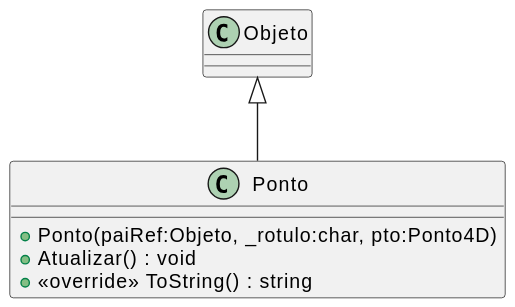
Before: svg/Unidade2/CG_N2_Exemplo/plantuml/Ponto.svg, a diagram exported from PlantUML (majutestoni/disciplina_CG_2025_1). Its diagram source:
```plantuml
@startuml
class Ponto {
    + Ponto(paiRef:Objeto, _rotulo:char, pto:Ponto4D)
    + Atualizar() : void
    + <<override>> ToString() : string
}
Objeto <|-- Ponto
@enduml
```
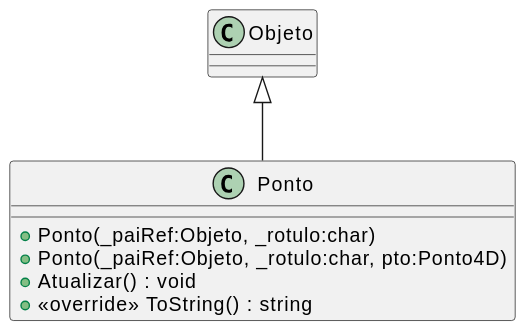
Later version of the same file.

The edit, as a diff of the source:
```diff
@@ -1,6 +1,7 @@
 @startuml
 class Ponto {
-    + Ponto(paiRef:Objeto, _rotulo:char, pto:Ponto4D)
+    + Ponto(_paiRef:Objeto, _rotulo:char)
+    + Ponto(_paiRef:Objeto, _rotulo:char, pto:Ponto4D)
     + Atualizar() : void
     + <<override>> ToString() : string
 }
```
